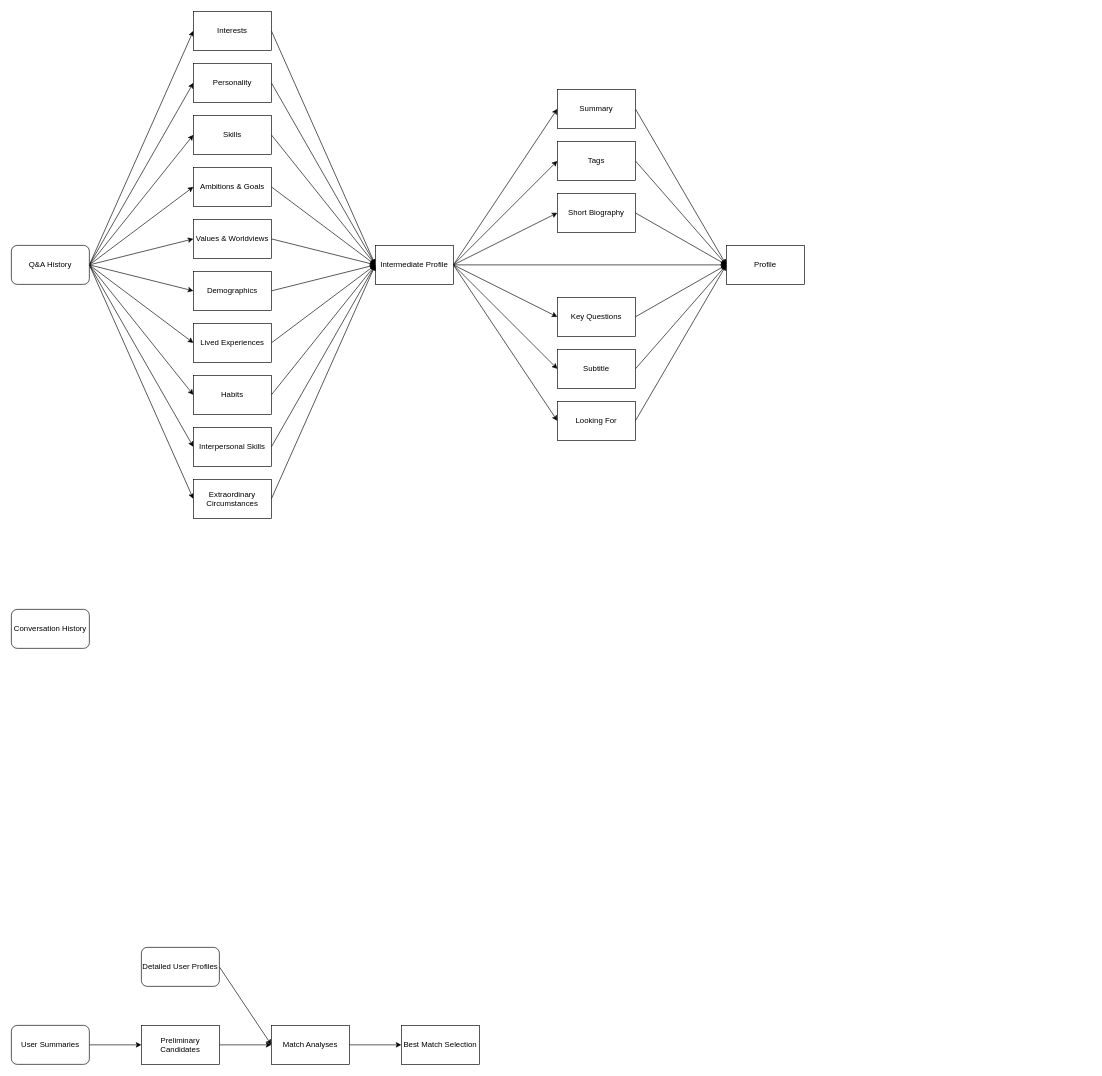
Earlier version of the draw.io diagram design.drawio (nvdaz/find-a-friend-api). Source tidied: cells renumbered, new cells numbered last; positions are measured from the earlier drawing's top-left corner, leaving out a move shared by most shapes. Both pictures are drawn from the tidied source at 65%, with x=0, y=0 at pixel (11, 11).
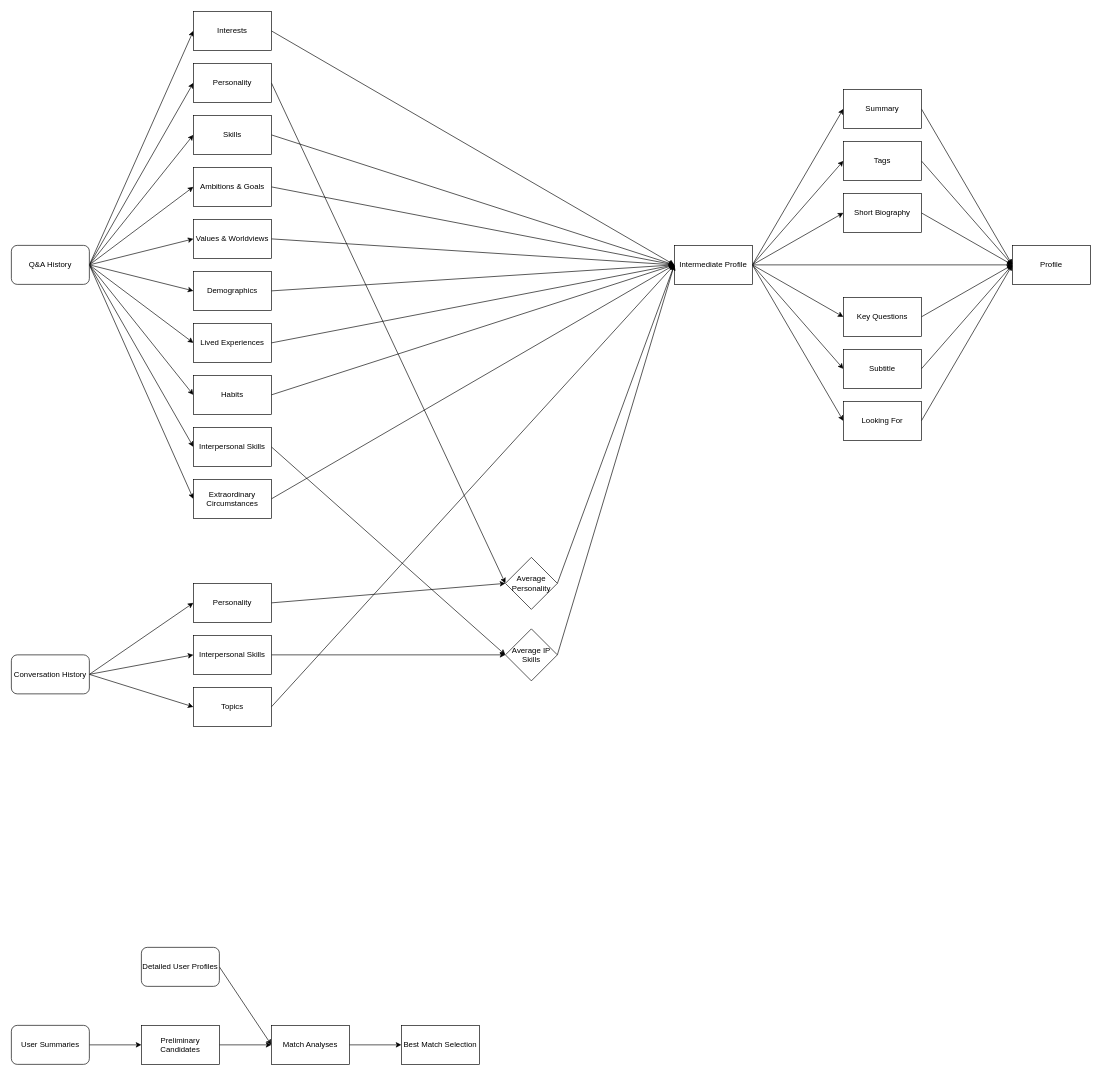
After the change.

Unchanged cells that the change refers to:
```xml
<mxCell id="16" value="Personality" style="rounded=0;whiteSpace=wrap;html=1;" parent="1" vertex="1">
  <mxGeometry x="280" y="80" width="120" height="60" as="geometry" />
</mxCell>
<mxCell id="42" value="Interpersonal Skills" style="rounded=0;whiteSpace=wrap;html=1;" parent="1" vertex="1">
  <mxGeometry x="280" y="640" width="120" height="60" as="geometry" />
</mxCell>
```

The edit, as a diff of the source:
```diff
@@
-    <mxCell id="15" style="edgeStyle=none;html=1;exitX=1;exitY=0.5;exitDx=0;exitDy=0;entryX=0;entryY=0.5;entryDx=0;entryDy=0;" parent="1" edge="1" source="16" target="34">
-      <mxGeometry relative="1" as="geometry" />
-    </mxCell>
+    <mxCell id="64" style="edgeStyle=none;html=1;exitX=1;exitY=0.5;exitDx=0;exitDy=0;entryX=0;entryY=0.5;entryDx=0;entryDy=0;" parent="1" edge="1" source="16" target="76">
+      <mxGeometry relative="1" as="geometry" />
+    </mxCell>
@@
     <mxCell id="18" value="Short Biography" style="rounded=0;whiteSpace=wrap;html=1;" parent="1" vertex="1">
-      <mxGeometry x="840" y="280" width="120" height="60" as="geometry" />
+      <mxGeometry x="1280" y="280" width="120" height="60" as="geometry" />
     </mxCell>
@@
     <mxCell id="20" value="Key Questions" style="rounded=0;whiteSpace=wrap;html=1;" parent="1" vertex="1">
-      <mxGeometry x="840" y="440" width="120" height="60" as="geometry" />
+      <mxGeometry x="1280" y="440" width="120" height="60" as="geometry" />
     </mxCell>
@@
     <mxCell id="34" value="Intermediate Profile" style="rounded=0;whiteSpace=wrap;html=1;" parent="1" vertex="1">
-      <mxGeometry x="560" y="360" width="120" height="60" as="geometry" />
+      <mxGeometry x="1020" y="360" width="120" height="60" as="geometry" />
     </mxCell>
@@
-    <mxCell id="41" style="edgeStyle=none;html=1;exitX=1;exitY=0.5;exitDx=0;exitDy=0;entryX=0;entryY=0.5;entryDx=0;entryDy=0;" parent="1" edge="1" source="42" target="34">
-      <mxGeometry relative="1" as="geometry" />
-    </mxCell>
+    <mxCell id="65" style="edgeStyle=none;html=1;exitX=1;exitY=0.5;exitDx=0;exitDy=0;entryX=0;entryY=0.5;entryDx=0;entryDy=0;" parent="1" edge="1" source="42" target="78">
+      <mxGeometry relative="1" as="geometry" />
+    </mxCell>
@@
     <mxCell id="45" value="Profile" style="rounded=0;whiteSpace=wrap;html=1;" parent="1" vertex="1">
-      <mxGeometry x="1100" y="360" width="120" height="60" as="geometry" />
+      <mxGeometry x="1540" y="360" width="120" height="60" as="geometry" />
     </mxCell>
@@
     <mxCell id="47" value="Tags" style="rounded=0;whiteSpace=wrap;html=1;" parent="1" vertex="1">
-      <mxGeometry x="840" y="200" width="120" height="60" as="geometry" />
+      <mxGeometry x="1280" y="200" width="120" height="60" as="geometry" />
     </mxCell>
@@
     <mxCell id="49" value="Summary" style="rounded=0;whiteSpace=wrap;html=1;" parent="1" vertex="1">
-      <mxGeometry x="840" y="120" width="120" height="60" as="geometry" />
+      <mxGeometry x="1280" y="120" width="120" height="60" as="geometry" />
     </mxCell>
@@
     <mxCell id="51" value="Looking For" style="rounded=0;whiteSpace=wrap;html=1;" parent="1" vertex="1">
-      <mxGeometry x="840" y="600" width="120" height="60" as="geometry" />
+      <mxGeometry x="1280" y="600" width="120" height="60" as="geometry" />
     </mxCell>
@@
     <mxCell id="53" value="Subtitle" style="rounded=0;whiteSpace=wrap;html=1;" parent="1" vertex="1">
-      <mxGeometry x="840" y="520" width="120" height="60" as="geometry" />
+      <mxGeometry x="1280" y="520" width="120" height="60" as="geometry" />
     </mxCell>
@@
+    <mxCell id="66" style="edgeStyle=none;html=1;exitX=1;exitY=0.5;exitDx=0;exitDy=0;entryX=0;entryY=0.5;entryDx=0;entryDy=0;" parent="1" edge="1" source="63" target="70">
+      <mxGeometry relative="1" as="geometry" />
+    </mxCell>
+    <mxCell id="67" style="edgeStyle=none;html=1;exitX=1;exitY=0.5;exitDx=0;exitDy=0;entryX=0;entryY=0.5;entryDx=0;entryDy=0;" parent="1" edge="1" source="63" target="72">
+      <mxGeometry relative="1" as="geometry" />
+    </mxCell>
+    <mxCell id="68" style="edgeStyle=none;html=1;exitX=1;exitY=0.5;exitDx=0;exitDy=0;entryX=0;entryY=0.5;entryDx=0;entryDy=0;" parent="1" edge="1" source="63" target="74">
+      <mxGeometry relative="1" as="geometry" />
+    </mxCell>
     <mxCell id="63" value="Conversation History" style="rounded=1;whiteSpace=wrap;html=1;fontSize=12;glass=0;strokeWidth=1;shadow=0;" parent="1" vertex="1">
-      <mxGeometry y="920" width="120" height="60" as="geometry" />
+      <mxGeometry y="990" width="120" height="60" as="geometry" />
     </mxCell>
+    <mxCell id="69" style="edgeStyle=none;html=1;exitX=1;exitY=0.5;exitDx=0;exitDy=0;entryX=0;entryY=0.5;entryDx=0;entryDy=0;" parent="1" edge="1" source="70" target="76">
+      <mxGeometry relative="1" as="geometry" />
+    </mxCell>
+    <mxCell id="70" value="Personality" style="rounded=0;whiteSpace=wrap;html=1;" parent="1" vertex="1">
+      <mxGeometry x="280" y="880" width="120" height="60" as="geometry" />
+    </mxCell>
+    <mxCell id="71" style="edgeStyle=none;html=1;exitX=1;exitY=0.5;exitDx=0;exitDy=0;entryX=0;entryY=0.5;entryDx=0;entryDy=0;" parent="1" edge="1" source="72" target="34">
+      <mxGeometry relative="1" as="geometry" />
+    </mxCell>
+    <mxCell id="72" value="Topics" style="rounded=0;whiteSpace=wrap;html=1;" parent="1" vertex="1">
+      <mxGeometry x="280" y="1040" width="120" height="60" as="geometry" />
+    </mxCell>
+    <mxCell id="73" style="edgeStyle=none;html=1;exitX=1;exitY=0.5;exitDx=0;exitDy=0;entryX=0;entryY=0.5;entryDx=0;entryDy=0;" parent="1" edge="1" source="74" target="78">
+      <mxGeometry relative="1" as="geometry" />
+    </mxCell>
+    <mxCell id="74" value="Interpersonal Skills" style="rounded=0;whiteSpace=wrap;html=1;" parent="1" vertex="1">
+      <mxGeometry x="280" y="960" width="120" height="60" as="geometry" />
+    </mxCell>
+    <mxCell id="75" style="edgeStyle=none;html=1;exitX=1;exitY=0.5;exitDx=0;exitDy=0;entryX=0;entryY=0.5;entryDx=0;entryDy=0;" parent="1" edge="1" source="76" target="34">
+      <mxGeometry relative="1" as="geometry" />
+    </mxCell>
+    <mxCell id="76" value="Average Personality" style="rhombus;whiteSpace=wrap;html=1;" parent="1" vertex="1">
+      <mxGeometry x="760" y="840" width="80" height="80" as="geometry" />
+    </mxCell>
+    <mxCell id="77" style="edgeStyle=none;html=1;exitX=1;exitY=0.5;exitDx=0;exitDy=0;entryX=0;entryY=0.5;entryDx=0;entryDy=0;" parent="1" edge="1" source="78" target="34">
+      <mxGeometry relative="1" as="geometry" />
+    </mxCell>
+    <mxCell id="78" value="Average IP Skills" style="rhombus;whiteSpace=wrap;html=1;" parent="1" vertex="1">
+      <mxGeometry x="760" y="950" width="80" height="80" as="geometry" />
+    </mxCell>
```
